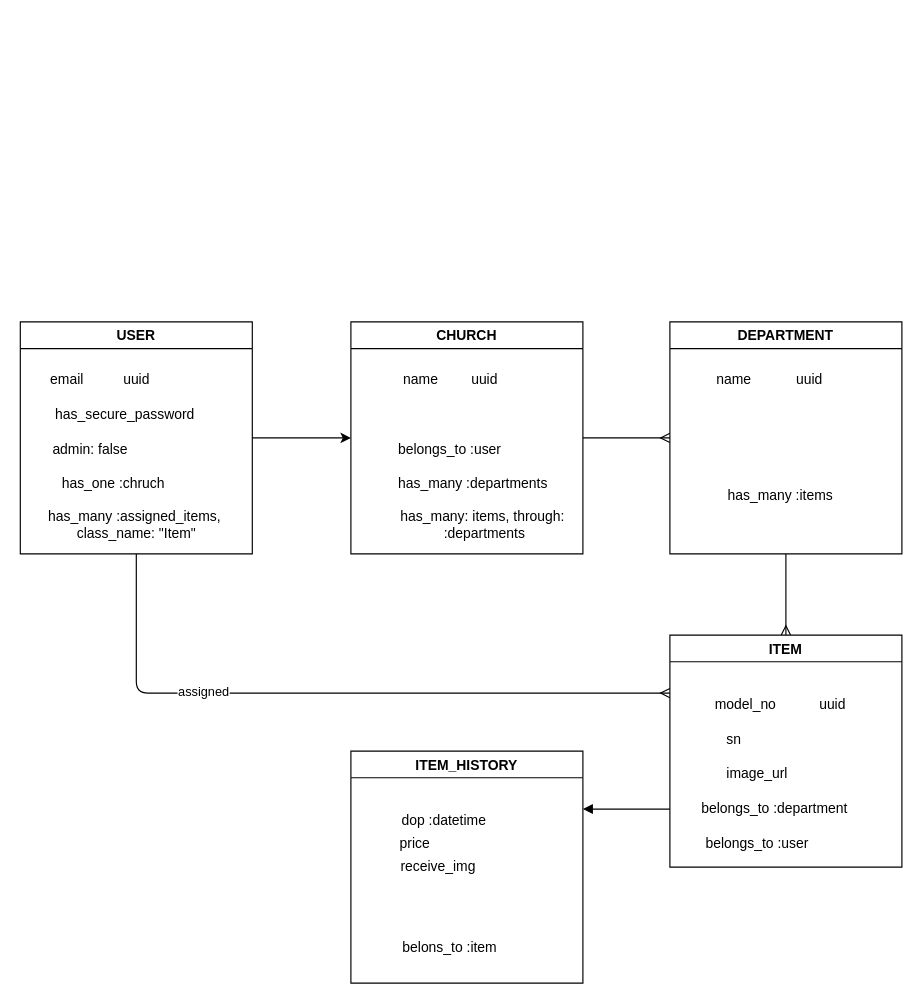
The draw.io diagram rbd.drawio in JubalThang/phase-5-final-project, before the edit. Source tidied: cells renumbered, new cells numbered last; positions are measured from the earlier drawing's top-left corner, leaving out a move shared by most shapes. Both pictures are drawn from the tidied source at 116%, with x=0, y=0 at pixel (20, 321).
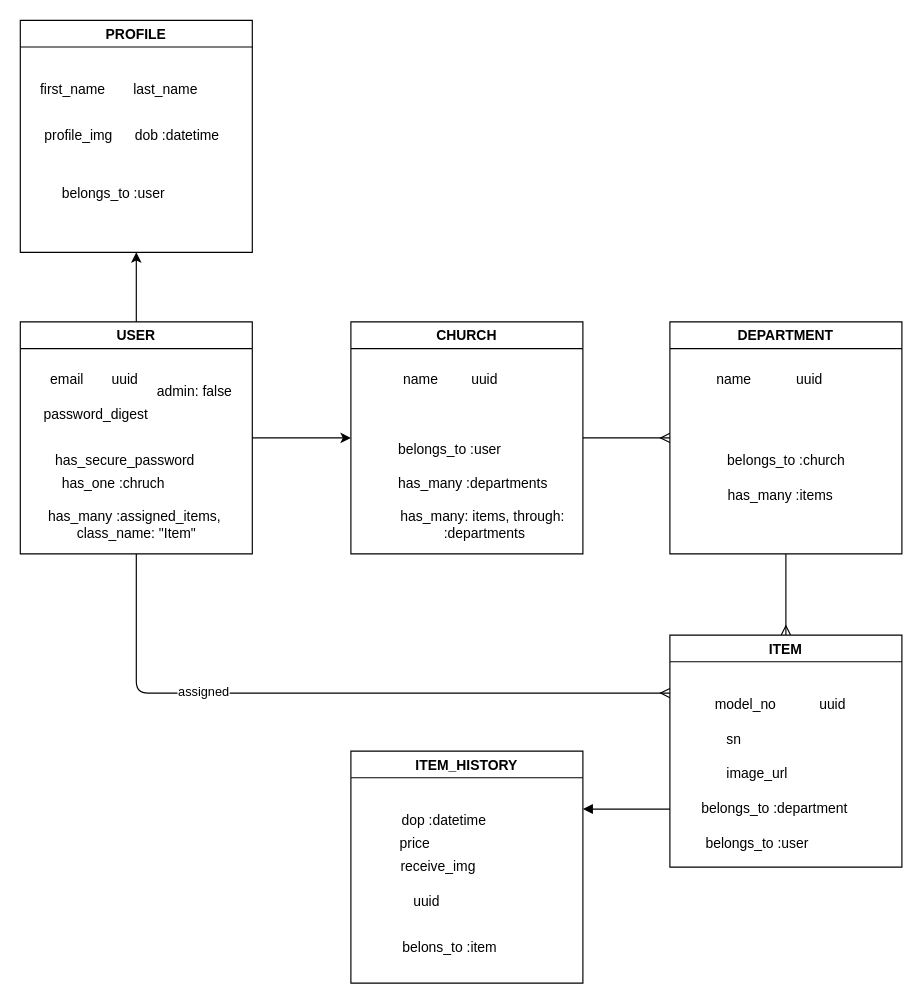
The same page after the edit.

The change refers to these unchanged cells:
```xml
<mxCell id="5" value="USER" style="swimlane;" parent="1" vertex="1">
  <mxGeometry width="200" height="200" as="geometry" />
</mxCell>
<mxCell id="19" value="DEPARTMENT" style="swimlane;" parent="1" vertex="1">
  <mxGeometry x="560" width="200" height="200" as="geometry" />
</mxCell>
<mxCell id="30" value="ITEM_HISTORY" style="swimlane;" parent="1" vertex="1">
  <mxGeometry x="285" y="370" width="200" height="200" as="geometry" />
</mxCell>
```

Diff of the diagram source:
```diff
@@
+    <mxCell id="37" style="edgeStyle=none;html=1;entryX=0.5;entryY=1;entryDx=0;entryDy=0;" parent="1" edge="1" source="5" target="41">
+      <mxGeometry relative="1" as="geometry" />
+    </mxCell>
@@
     <mxCell id="7" value="has_secure_password" style="text;html=1;align=center;verticalAlign=middle;strokeColor=none;fillColor=none;" parent="5" vertex="1">
-      <mxGeometry x="20" y="70" width="140" height="20" as="geometry" />
+      <mxGeometry x="20" y="110" width="140" height="20" as="geometry" />
     </mxCell>
     <mxCell id="8" value="admin: false" style="text;html=1;align=center;verticalAlign=middle;strokeColor=none;fillColor=none;" parent="5" vertex="1">
-      <mxGeometry x="20" y="100" width="80" height="20" as="geometry" />
+      <mxGeometry x="110" y="50" width="80" height="20" as="geometry" />
     </mxCell>
     <mxCell id="9" value="uuid" style="text;html=1;align=center;verticalAlign=middle;strokeColor=none;fillColor=none;" parent="5" vertex="1">
-      <mxGeometry x="80" y="40" width="40" height="20" as="geometry" />
+      <mxGeometry x="70" y="40" width="40" height="20" as="geometry" />
     </mxCell>
@@
+    <mxCell id="38" value="password_digest" style="text;html=1;align=center;verticalAlign=middle;strokeColor=none;fillColor=none;" parent="5" vertex="1">
+      <mxGeometry x="10" y="70" width="110" height="20" as="geometry" />
+    </mxCell>
@@
+    <mxCell id="39" value="belongs_to :church" style="text;html=1;align=center;verticalAlign=middle;strokeColor=none;fillColor=none;" parent="19" vertex="1">
+      <mxGeometry x="40" y="110" width="120" height="20" as="geometry" />
+    </mxCell>
@@
+    <mxCell id="40" value="uuid" style="text;html=1;align=center;verticalAlign=middle;strokeColor=none;fillColor=none;" parent="30" vertex="1">
+      <mxGeometry x="45" y="120" width="40" height="20" as="geometry" />
+    </mxCell>
@@
+    <mxCell id="41" value="PROFILE" style="swimlane;" parent="1" vertex="1">
+      <mxGeometry y="-260" width="200" height="200" as="geometry" />
+    </mxCell>
+    <mxCell id="42" value="first_name" style="text;html=1;align=center;verticalAlign=middle;strokeColor=none;fillColor=none;" parent="41" vertex="1">
+      <mxGeometry x="10" y="50" width="70" height="20" as="geometry" />
+    </mxCell>
+    <mxCell id="43" value="dob :datetime" style="text;html=1;align=center;verticalAlign=middle;strokeColor=none;fillColor=none;" parent="41" vertex="1">
+      <mxGeometry x="90" y="90" width="90" height="20" as="geometry" />
+    </mxCell>
+    <mxCell id="44" value="last_name" style="text;html=1;align=center;verticalAlign=middle;strokeColor=none;fillColor=none;" parent="41" vertex="1">
+      <mxGeometry x="90" y="50" width="70" height="20" as="geometry" />
+    </mxCell>
+    <mxCell id="45" value="belongs_to :user" style="text;html=1;align=center;verticalAlign=middle;strokeColor=none;fillColor=none;" parent="41" vertex="1">
+      <mxGeometry x="30" y="140" width="100" height="20" as="geometry" />
+    </mxCell>
+    <mxCell id="46" value="profile_img" style="text;html=1;align=center;verticalAlign=middle;strokeColor=none;fillColor=none;" parent="41" vertex="1">
+      <mxGeometry x="15" y="90" width="70" height="20" as="geometry" />
+    </mxCell>
```
